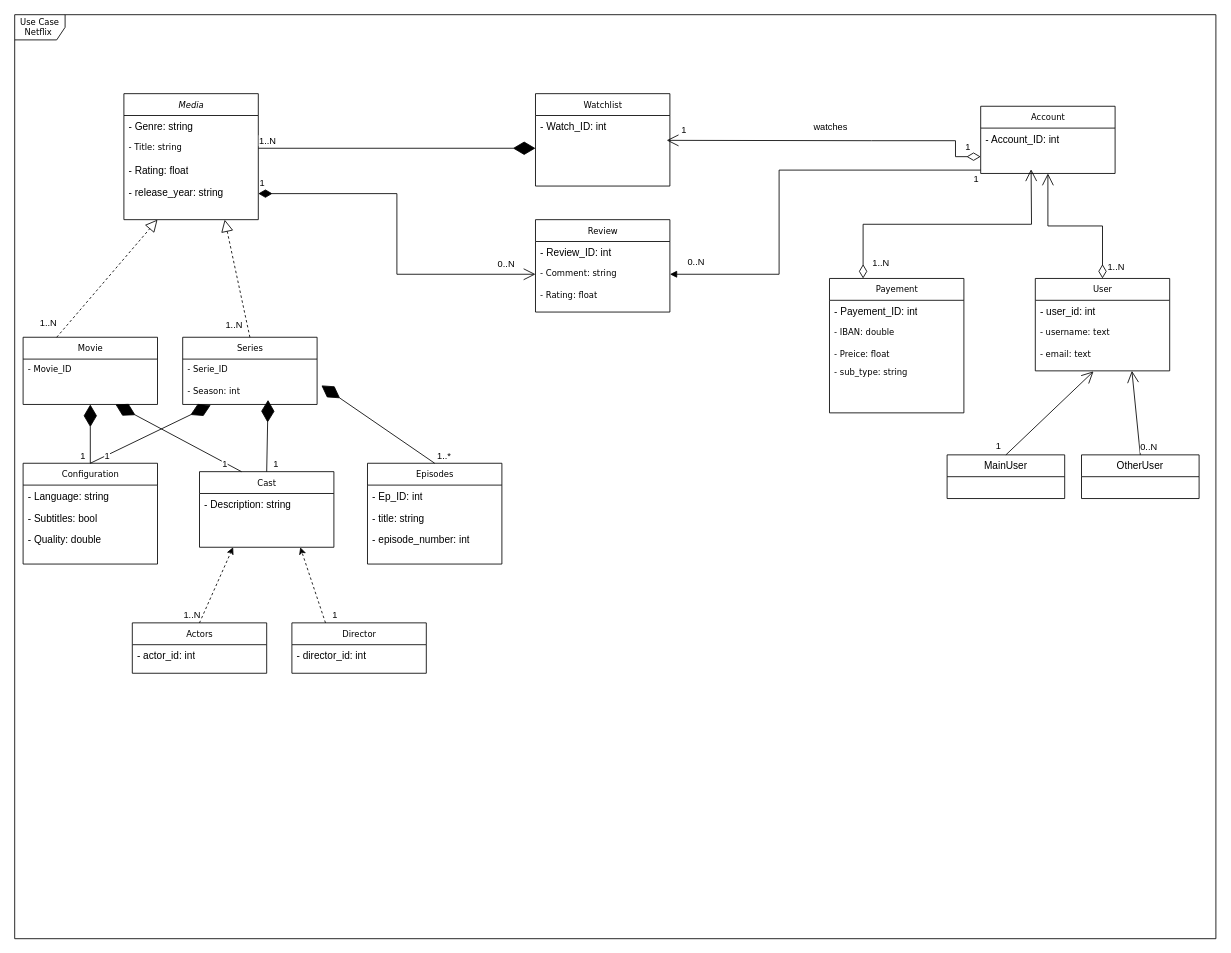
The draw.io diagram draw_io/uml_data_eng_project_1.drawio in KevinGarrison/DataEngineeringProjects, before the edit. Source tidied: cells renumbered, new cells numbered last; positions are measured from the earlier drawing's top-left corner, leaving out a move shared by most shapes. Both pictures are drawn from the tidied source at 84%, with x=0, y=0 at pixel (14, 14).
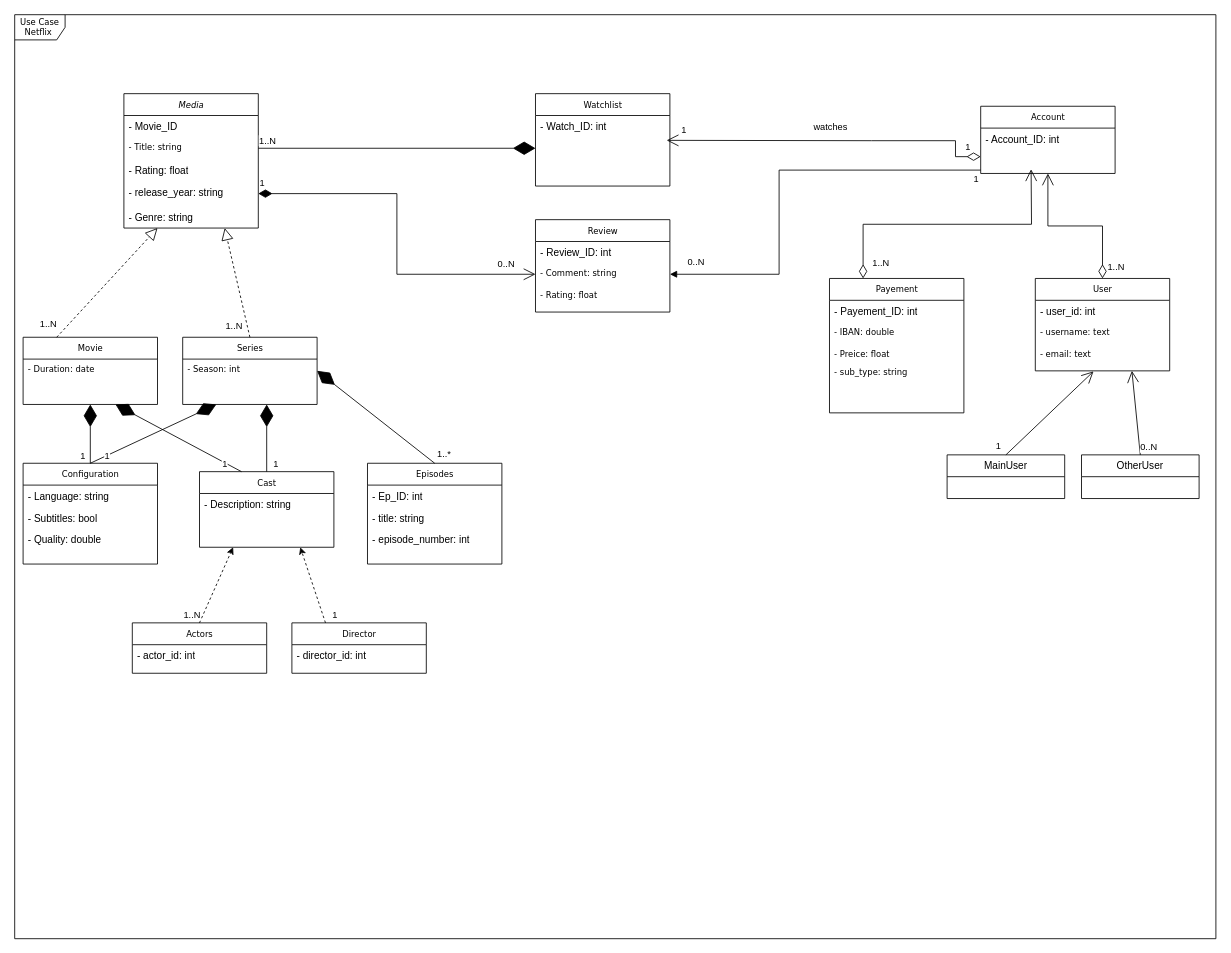
The same diagram, later.

Unchanged cells that the change refers to:
```xml
<mxCell id="3" value="Movie" style="swimlane;html=1;fontStyle=0;horizontal=1;startSize=26;fillColor=none;swimlaneFillColor=#ffffff;rounded=0;shadow=0;comic=0;labelBackgroundColor=none;strokeWidth=1;fontFamily=Verdana;fontSize=10;align=center;" parent="1" vertex="1">
  <mxGeometry x="10" y="384" width="160" height="80" as="geometry" />
</mxCell>
<mxCell id="5" value="Episodes" style="swimlane;html=1;fontStyle=0;horizontal=1;startSize=26;fillColor=none;swimlaneFillColor=#ffffff;rounded=0;shadow=0;comic=0;labelBackgroundColor=none;strokeWidth=1;fontFamily=Verdana;fontSize=10;align=center;" parent="1" vertex="1">
  <mxGeometry x="420" y="534" width="160" height="120" as="geometry" />
</mxCell>
<mxCell id="9" value="Series" style="swimlane;html=1;fontStyle=0;horizontal=1;startSize=26;fillColor=none;swimlaneFillColor=#ffffff;rounded=0;shadow=0;comic=0;labelBackgroundColor=none;strokeWidth=1;fontFamily=Verdana;fontSize=10;align=center;strokeColor=default;verticalAlign=middle;fontColor=default;" parent="1" vertex="1">
  <mxGeometry x="200" y="384" width="160" height="80" as="geometry" />
</mxCell>
<mxCell id="50" value="Configuration" style="swimlane;html=1;fontStyle=0;horizontal=1;startSize=26;fillColor=none;swimlaneFillColor=#ffffff;rounded=0;shadow=0;comic=0;labelBackgroundColor=none;strokeWidth=1;fontFamily=Verdana;fontSize=10;align=center;" parent="1" vertex="1">
  <mxGeometry x="10" y="534" width="160" height="120" as="geometry" />
</mxCell>
```

Diff of the diagram source:
```diff
@@
-    <mxCell id="4" value="- Movie_ID" style="text;html=1;strokeColor=none;fillColor=none;align=left;verticalAlign=top;spacingLeft=4;spacingRight=4;whiteSpace=wrap;overflow=hidden;fontFamily=Verdana;fontSize=10;fontColor=default;fontStyle=0;labelBackgroundColor=none;" parent="3" vertex="1">
-      <mxGeometry y="26" width="160" height="26" as="geometry" />
-    </mxCell>
+    <mxCell id="82" value="- Duration: date" style="text;html=1;strokeColor=none;fillColor=none;align=left;verticalAlign=top;spacingLeft=4;spacingRight=4;whiteSpace=wrap;overflow=hidden;fontFamily=Verdana;fontSize=10;fontColor=default;fontStyle=0;labelBackgroundColor=none;" parent="3" vertex="1">
+      <mxGeometry y="26" width="160" height="26" as="geometry" />
+    </mxCell>
@@
-    <mxCell id="10" value="- Serie_ID" style="text;html=1;strokeColor=none;fillColor=none;align=left;verticalAlign=top;spacingLeft=4;spacingRight=4;whiteSpace=wrap;overflow=hidden;fontFamily=Verdana;fontSize=10;fontColor=default;fontStyle=0;labelBackgroundColor=none;" parent="9" vertex="1">
-      <mxGeometry y="26" width="160" height="26" as="geometry" />
-    </mxCell>
     <mxCell id="11" value="- Season: int" style="text;html=1;strokeColor=none;fillColor=none;align=left;verticalAlign=top;spacingLeft=4;spacingRight=4;whiteSpace=wrap;overflow=hidden;points=[[0,0.5],[1,0.5]];portConstraint=eastwest;fontFamily=Verdana;fontSize=10;fontColor=default;fontStyle=0;labelBackgroundColor=none;" parent="9" vertex="1">
-      <mxGeometry y="52" width="160" height="26" as="geometry" />
+      <mxGeometry y="26" width="160" height="26" as="geometry" />
     </mxCell>
     <mxCell id="12" value="&lt;i&gt;Media&lt;/i&gt;" style="swimlane;html=1;fontStyle=0;horizontal=1;startSize=26;fillColor=none;swimlaneFillColor=#ffffff;rounded=0;shadow=0;comic=0;labelBackgroundColor=none;strokeWidth=1;fontFamily=Verdana;fontSize=10;align=center;strokeColor=default;verticalAlign=middle;fontColor=default;" parent="1" vertex="1">
-      <mxGeometry x="130" y="94" width="160" height="150" as="geometry" />
+      <mxGeometry x="130" y="94" width="160" height="160" as="geometry" />
     </mxCell>
-    <mxCell id="13" value="- Genre: string" style="text;html=1;strokeColor=none;fillColor=none;align=left;verticalAlign=top;spacingLeft=4;spacingRight=4;whiteSpace=wrap;overflow=hidden;" parent="12" vertex="1">
+    <mxCell id="13" value="- Movie_ID" style="text;html=1;strokeColor=none;fillColor=none;align=left;verticalAlign=top;spacingLeft=4;spacingRight=4;whiteSpace=wrap;overflow=hidden;" parent="12" vertex="1">
       <mxGeometry y="26" width="160" height="26" as="geometry" />
     </mxCell>
@@
+    <mxCell id="83" value="- Genre: string" style="text;html=1;strokeColor=none;fillColor=none;align=left;verticalAlign=top;spacingLeft=4;spacingRight=4;whiteSpace=wrap;overflow=hidden;" parent="12" vertex="1">
+      <mxGeometry y="134" width="160" height="26" as="geometry" />
+    </mxCell>
@@
-    <mxCell id="21" style="endArrow=diamondThin;endFill=1;endSize=24;html=1;rounded=0;exitX=0.5;exitY=0;exitDx=0;exitDy=0;targetPerimeterSpacing=0;entryX=1.032;entryY=0.205;entryDx=0;entryDy=0;entryPerimeter=0;" parent="1" edge="1" source="5" target="11">
+    <mxCell id="21" style="endArrow=diamondThin;endFill=1;endSize=24;html=1;rounded=0;exitX=0.5;exitY=0;exitDx=0;exitDy=0;targetPerimeterSpacing=0;entryX=1;entryY=0.5;entryDx=0;entryDy=0;" parent="1" edge="1" source="5" target="9">
       <mxGeometry relative="1" as="geometry" />
     </mxCell>
@@
-    <mxCell id="56" style="endArrow=diamondThin;endFill=1;endSize=24;html=1;rounded=0;exitX=0.5;exitY=0;exitDx=0;exitDy=0;targetPerimeterSpacing=0;entryX=0.209;entryY=1.103;entryDx=0;entryDy=0;entryPerimeter=0;" parent="1" edge="1" source="50" target="11">
-      <mxGeometry relative="1" as="geometry" />
+    <mxCell id="56" style="endArrow=diamondThin;endFill=1;endSize=24;html=1;rounded=0;exitX=0.5;exitY=0;exitDx=0;exitDy=0;targetPerimeterSpacing=0;" parent="1" edge="1" source="50">
+      <mxGeometry relative="1" as="geometry">
+        <mxPoint x="240" y="464" as="targetPoint" />
+      </mxGeometry>
     </mxCell>
@@
-    <mxCell id="66" style="endArrow=diamondThin;endFill=1;endSize=24;html=1;rounded=0;exitX=0.5;exitY=0;exitDx=0;exitDy=0;targetPerimeterSpacing=0;entryX=0.635;entryY=0.869;entryDx=0;entryDy=0;entryPerimeter=0;" parent="1" edge="1" target="11">
+    <mxCell id="66" style="endArrow=diamondThin;endFill=1;endSize=24;html=1;rounded=0;exitX=0.5;exitY=0;exitDx=0;exitDy=0;targetPerimeterSpacing=0;" parent="1" edge="1">
       <mxGeometry relative="1" as="geometry">
         <mxPoint x="300" y="544" as="sourcePoint" />
+        <mxPoint x="300" y="464" as="targetPoint" />
       </mxGeometry>
     </mxCell>
```
